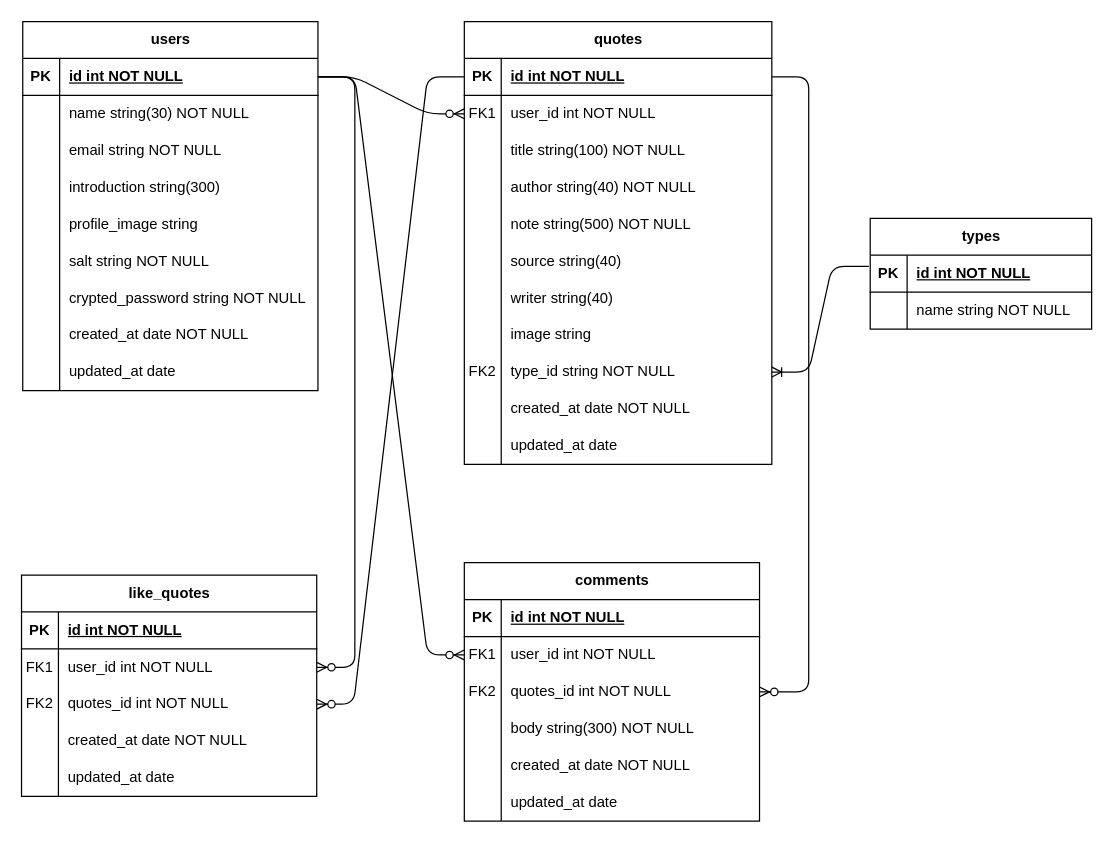
The draw.io diagram er_map.dio in win-soar/quotes_journaling, before the edit. Source tidied: cells renumbered, new cells numbered last; positions are measured from the earlier drawing's top-left corner, leaving out a move shared by most shapes. Both pictures are drawn from the tidied source at 123%, with x=0, y=0 at pixel (21, 21).
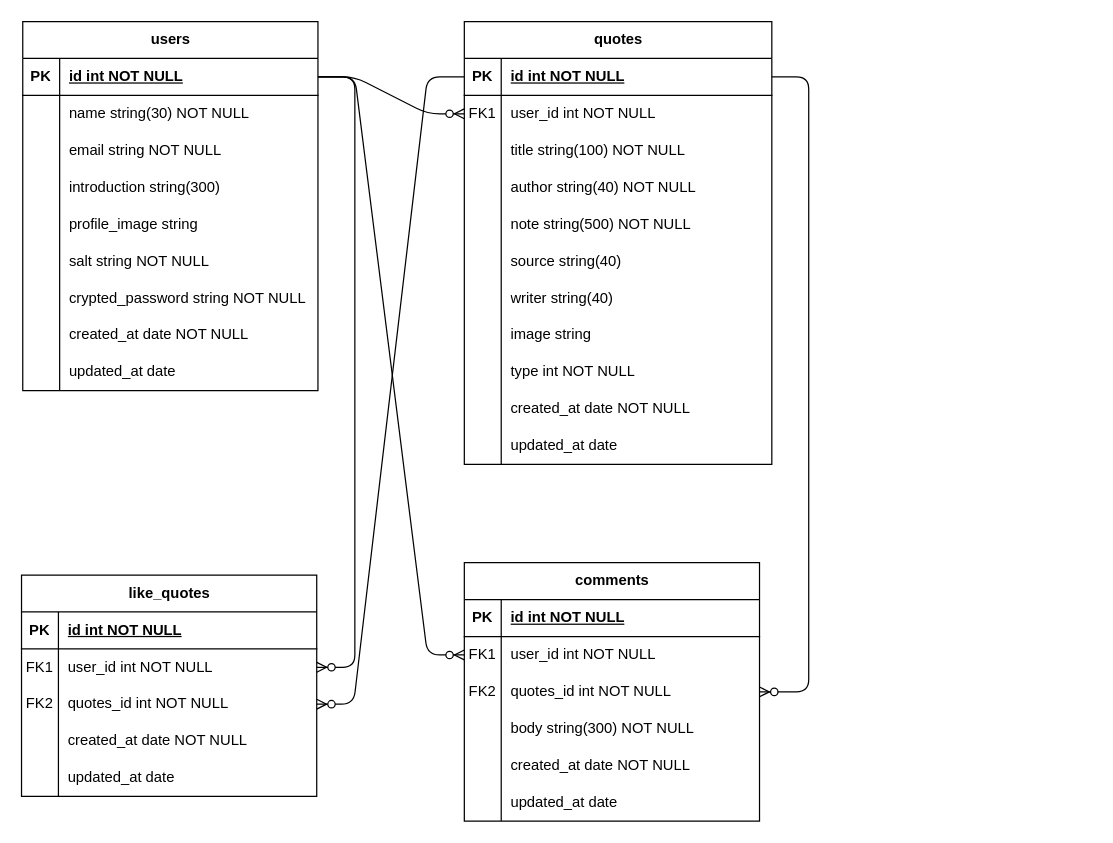
The same diagram, later.

Unchanged cells that the change refers to:
```xml
<mxCell id="55" style="shape=tableRow;horizontal=0;startSize=0;swimlaneHead=0;swimlaneBody=0;fillColor=none;points=[[0,0.5],[1,0.5]];portConstraint=eastwest;top=0;left=0;right=0;bottom=0;" parent="30" vertex="1">
  <mxGeometry y="270" width="250" height="30" as="geometry" />
</mxCell>
```

Change to the diagram source:
```diff
@@
-    <mxCell id="56" value="FK2" style="shape=partialRectangle;fillColor=none;top=0;left=0;bottom=0;right=0;overflow=hidden;whiteSpace=wrap;html=1;" parent="55" vertex="1">
+    <mxCell id="56" style="shape=partialRectangle;fillColor=none;top=0;left=0;bottom=0;right=0;overflow=hidden;whiteSpace=wrap;html=1;" parent="55" vertex="1">
       <mxGeometry width="30" height="30" as="geometry" />
     </mxCell>
-    <mxCell id="57" value="type_id string&lt;span style=&quot;color: rgb(0, 0, 0);&quot;&gt;&amp;nbsp;&lt;/span&gt;&lt;span style=&quot;color: rgb(0, 0, 0);&quot;&gt;NOT NULL&lt;/span&gt;" style="shape=partialRectangle;fillColor=none;top=0;left=0;bottom=0;right=0;align=left;spacingLeft=6;overflow=hidden;whiteSpace=wrap;html=1;" parent="55" vertex="1">
+    <mxCell id="57" value="type int&lt;span style=&quot;color: rgb(0, 0, 0);&quot;&gt;&amp;nbsp;&lt;/span&gt;&lt;span style=&quot;color: rgb(0, 0, 0);&quot;&gt;NOT NULL&lt;/span&gt;" style="shape=partialRectangle;fillColor=none;top=0;left=0;bottom=0;right=0;align=left;spacingLeft=6;overflow=hidden;whiteSpace=wrap;html=1;" parent="55" vertex="1">
       <mxGeometry x="30" width="220" height="30" as="geometry" />
     </mxCell>
@@
-    <mxCell id="99" value="types" style="shape=table;startSize=30;childLayout=tableLayout;rowLines=0;fontStyle=1;align=center;html=1;" parent="1" vertex="1">
-      <mxGeometry x="690" y="160" width="180" height="90" as="geometry" />
-    </mxCell>
-    <mxCell id="100" style="shape=tableRow;horizontal=0;startSize=0;swimlaneHead=0;swimlaneBody=0;fillColor=none;points=[[0,0.5],[1,0.5]];portConstraint=eastwest;top=0;left=0;right=0;bottom=1;" parent="99" vertex="1">
-      <mxGeometry y="30" width="180" height="30" as="geometry" />
-    </mxCell>
-    <mxCell id="101" value="PK" style="shape=partialRectangle;fillColor=none;top=0;left=0;bottom=0;right=0;fontStyle=1;overflow=hidden;whiteSpace=wrap;html=1;" parent="100" vertex="1">
-      <mxGeometry width="30" height="30" as="geometry" />
-    </mxCell>
-    <mxCell id="102" value="&lt;span style=&quot;color: rgb(0, 0, 0);&quot;&gt;id int NOT NULL&lt;/span&gt;" style="shape=partialRectangle;fillColor=none;top=0;left=0;bottom=0;right=0;align=left;spacingLeft=6;fontStyle=5;overflow=hidden;whiteSpace=wrap;html=1;" parent="100" vertex="1">
-      <mxGeometry x="30" width="150" height="30" as="geometry" />
-    </mxCell>
-    <mxCell id="103" style="shape=tableRow;horizontal=0;startSize=0;swimlaneHead=0;swimlaneBody=0;fillColor=none;top=0;left=0;right=0;bottom=0;" parent="99" vertex="1">
-      <mxGeometry y="60" width="180" height="30" as="geometry" />
-    </mxCell>
-    <mxCell id="104" style="shape=partialRectangle;fillColor=none;top=0;left=0;bottom=0;right=0;overflow=hidden;whiteSpace=wrap;html=1;" parent="103" vertex="1">
-      <mxGeometry width="30" height="30" as="geometry" />
-    </mxCell>
-    <mxCell id="105" value="&lt;span style=&quot;color: rgb(0, 0, 0);&quot;&gt;name string NOT NULL&lt;/span&gt;" style="shape=partialRectangle;fillColor=none;top=0;left=0;bottom=0;right=0;align=left;spacingLeft=6;overflow=hidden;whiteSpace=wrap;html=1;" parent="103" vertex="1">
-      <mxGeometry x="30" width="150" height="30" as="geometry" />
-    </mxCell>
@@
-    <mxCell id="111" style="edgeStyle=entityRelationEdgeStyle;fontSize=12;html=1;endArrow=ERoneToMany;exitX=-0.006;exitY=0.3;exitDx=0;exitDy=0;exitPerimeter=0;" parent="1" edge="1" source="100" target="55">
-      <mxGeometry relative="1" as="geometry" />
-    </mxCell>
```
